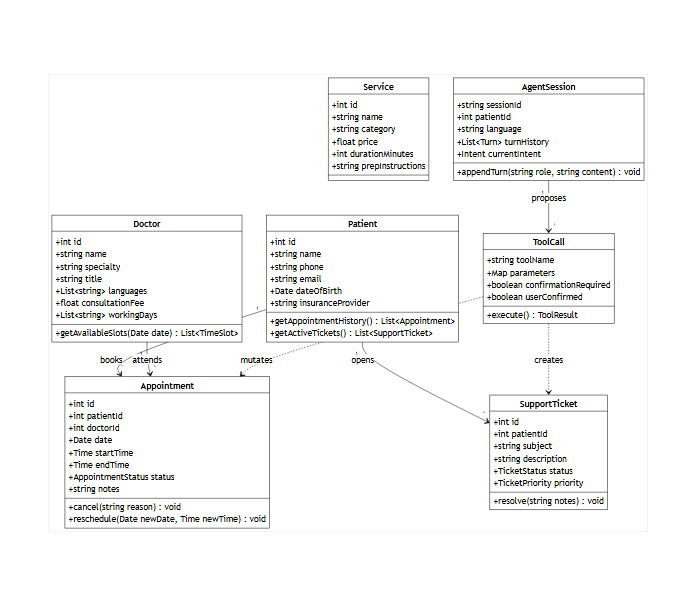
Earlier version of the Mermaid export docs/diagrams/04-data/domain-class-diagram.png (HassanAhmedMa/Agentic-AI-Call-Center). Its source is kept beside it as docs/diagrams/04-data/domain-class-diagram.mmd.
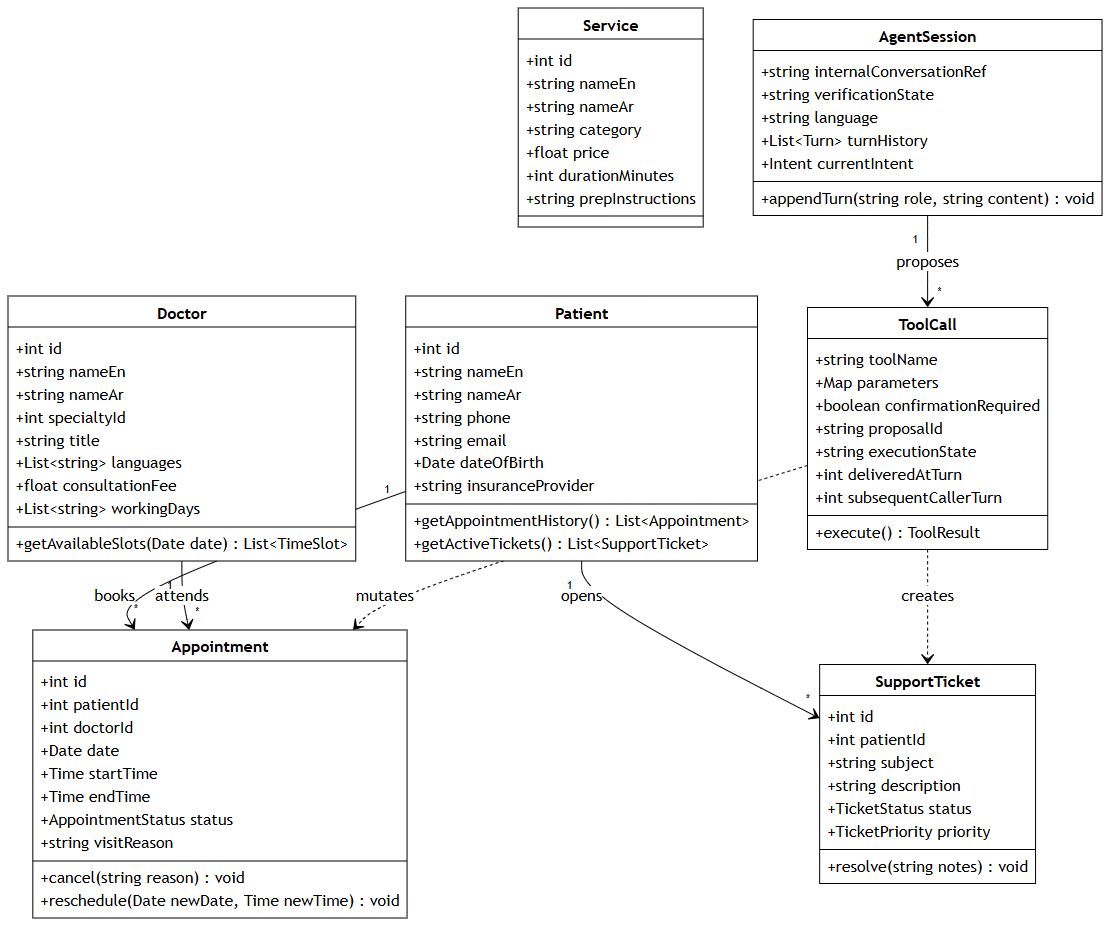
After the change.

The edit, as a diff of the source:
```diff
@@ -2,7 +2,8 @@
 classDiagram
     class Patient {
         +int id
-        +string name
+        +string nameEn
+        +string nameAr
         +string phone
         +string email
         +Date dateOfBirth
@@ -13,8 +14,9 @@
 
     class Doctor {
         +int id
-        +string name
-        +string specialty
+        +string nameEn
+        +string nameAr
+        +int specialtyId
         +string title
         +List~string~ languages
         +float consultationFee
@@ -30,14 +32,15 @@
         +Time startTime
         +Time endTime
         +AppointmentStatus status
-        +string notes
+        +string visitReason
         +cancel(string reason) void
         +reschedule(Date newDate, Time newTime) void
     }
 
     class Service {
         +int id
-        +string name
+        +string nameEn
+        +string nameAr
         +string category
         +float price
         +int durationMinutes
@@ -55,8 +58,8 @@
     }
 
     class AgentSession {
-        +string sessionId
-        +int patientId
+        +string internalConversationRef
+        +string verificationState
         +string language
         +List~Turn~ turnHistory
         +Intent currentIntent
@@ -67,7 +70,10 @@
         +string toolName
         +Map parameters
         +boolean confirmationRequired
-        +boolean userConfirmed
+        +string proposalId
+        +string executionState
+        +int deliveredAtTurn
+        +int subsequentCallerTurn
         +execute() ToolResult
     }
 
```
